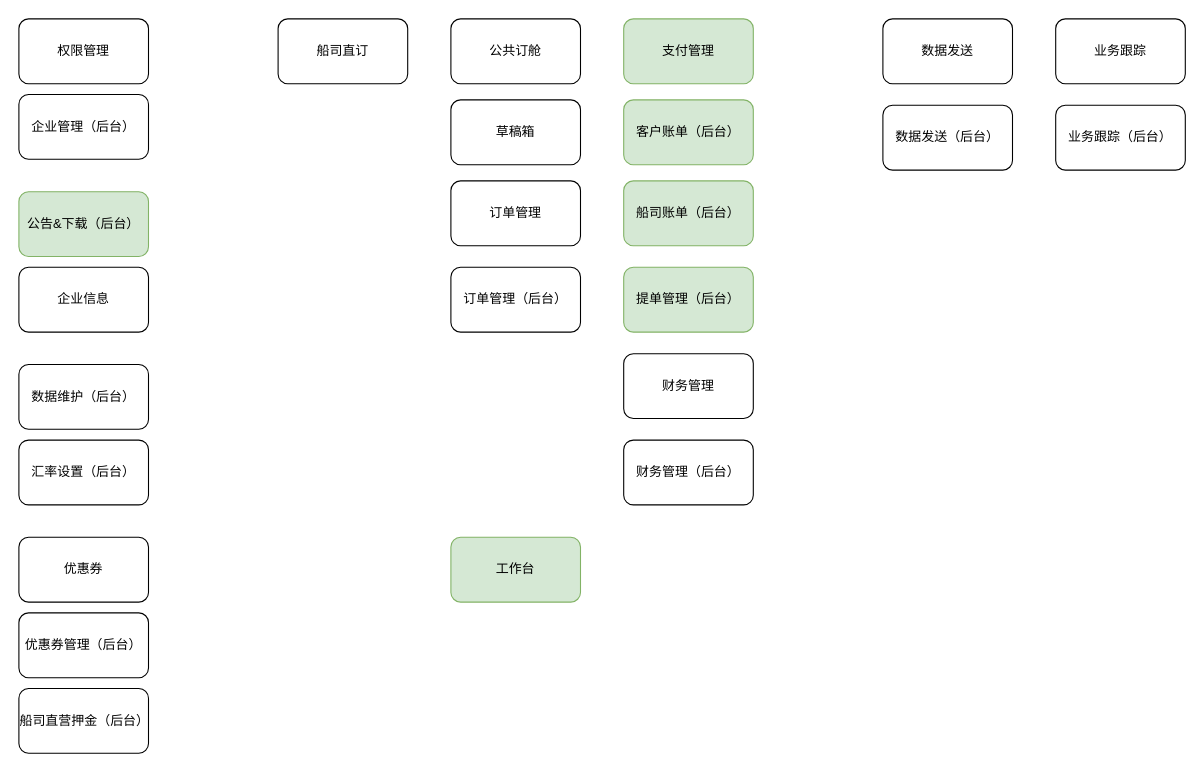
Before: booking/开发模块.drawio in caixuecheng/track-drawio, a draw.io diagram. Source tidied: cells renumbered, new cells numbered last; positions are measured from the earlier drawing's top-left corner, leaving out a move shared by most shapes. Both pictures are drawn from the tidied source at 108%, with x=0, y=0 at pixel (18, 18).
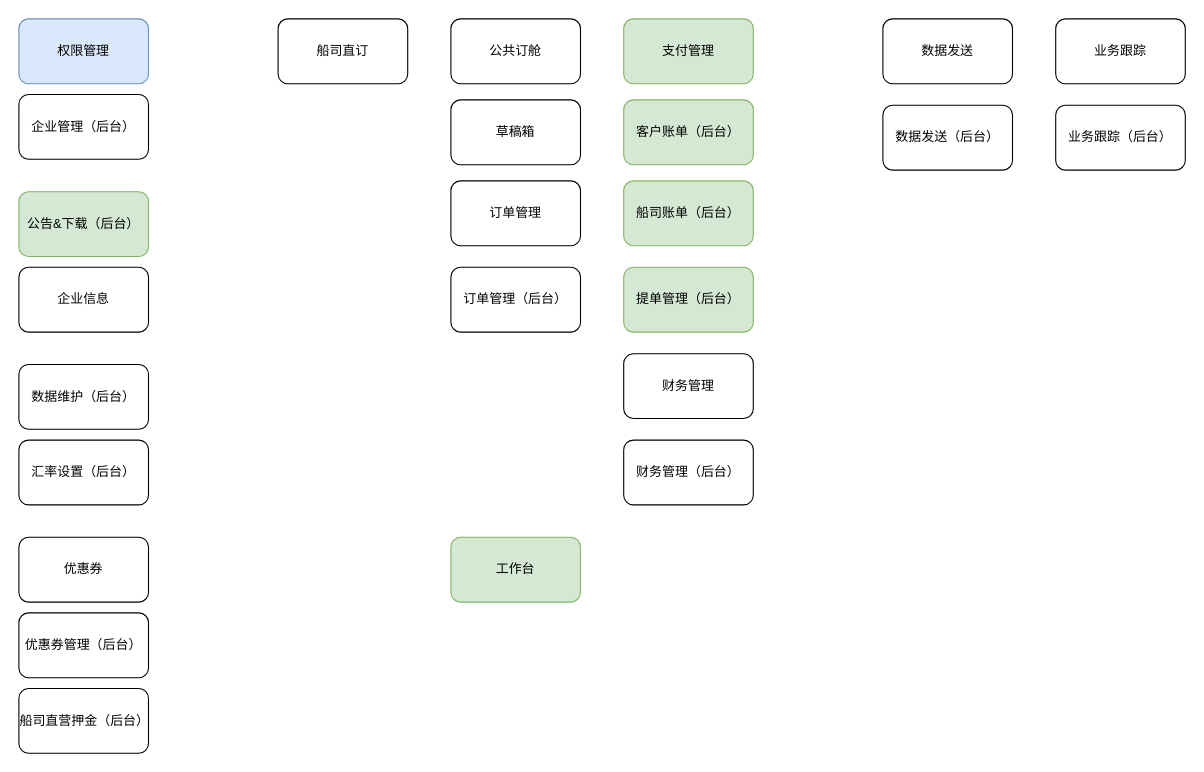
After the change.

Commit message (it also covers changes not shown here):
更新开发模块.drawio

What changed in the source:
```diff
@@
-    <mxCell id="2" value="&lt;span&gt;权限管理&lt;/span&gt;" style="rounded=1;whiteSpace=wrap;html=1;" parent="1" vertex="1">
+    <mxCell id="2" value="&lt;span&gt;权限管理&lt;/span&gt;" style="rounded=1;whiteSpace=wrap;html=1;fillColor=#dae8fc;strokeColor=#6c8ebf;" parent="1" vertex="1">
       <mxGeometry width="120" height="60" as="geometry" />
     </mxCell>
```
